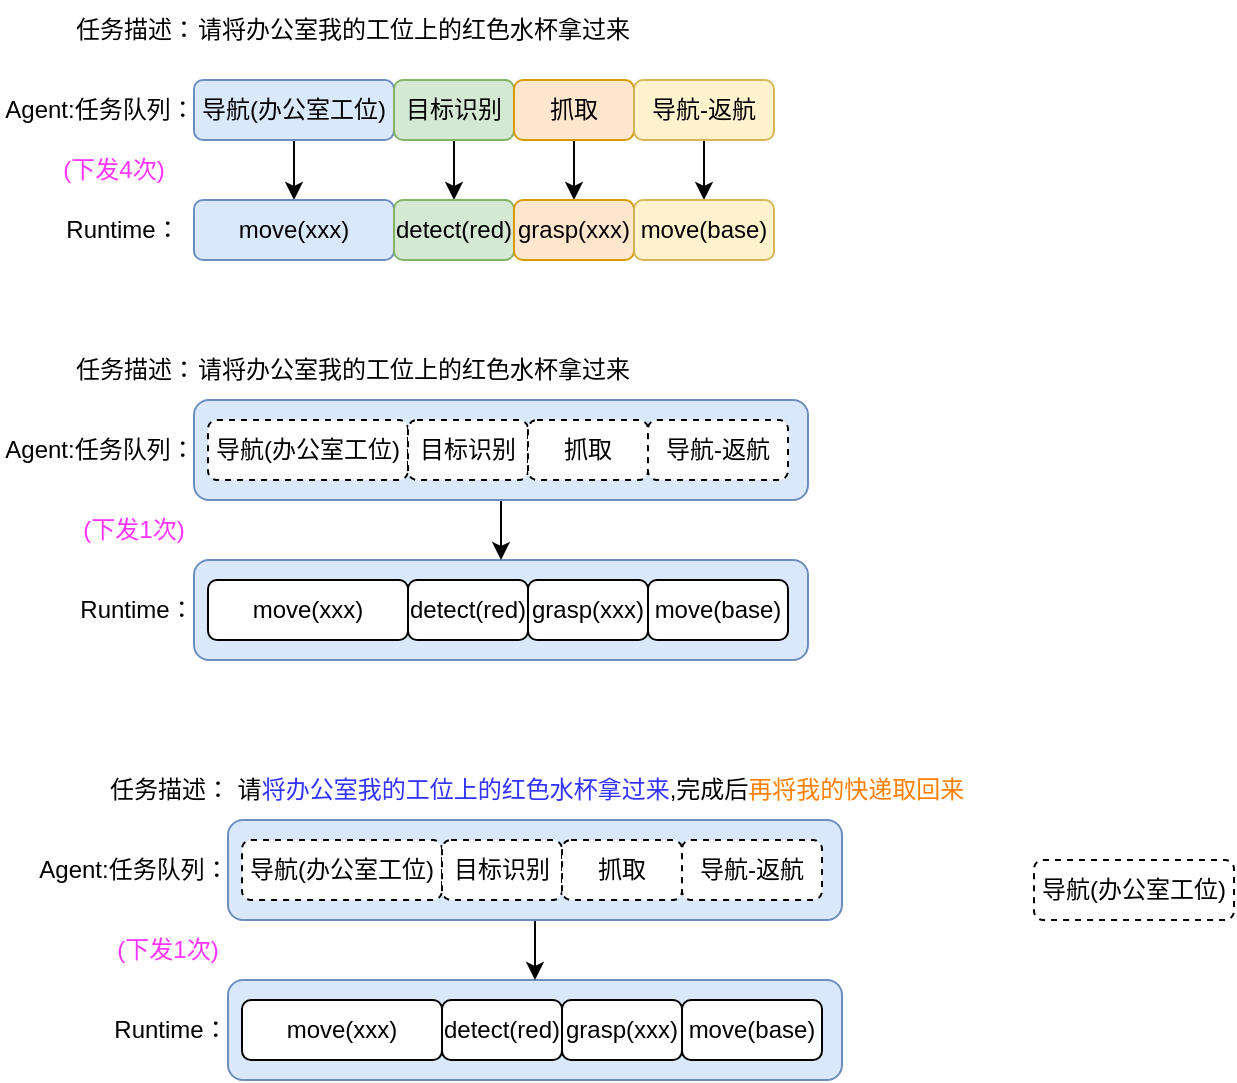
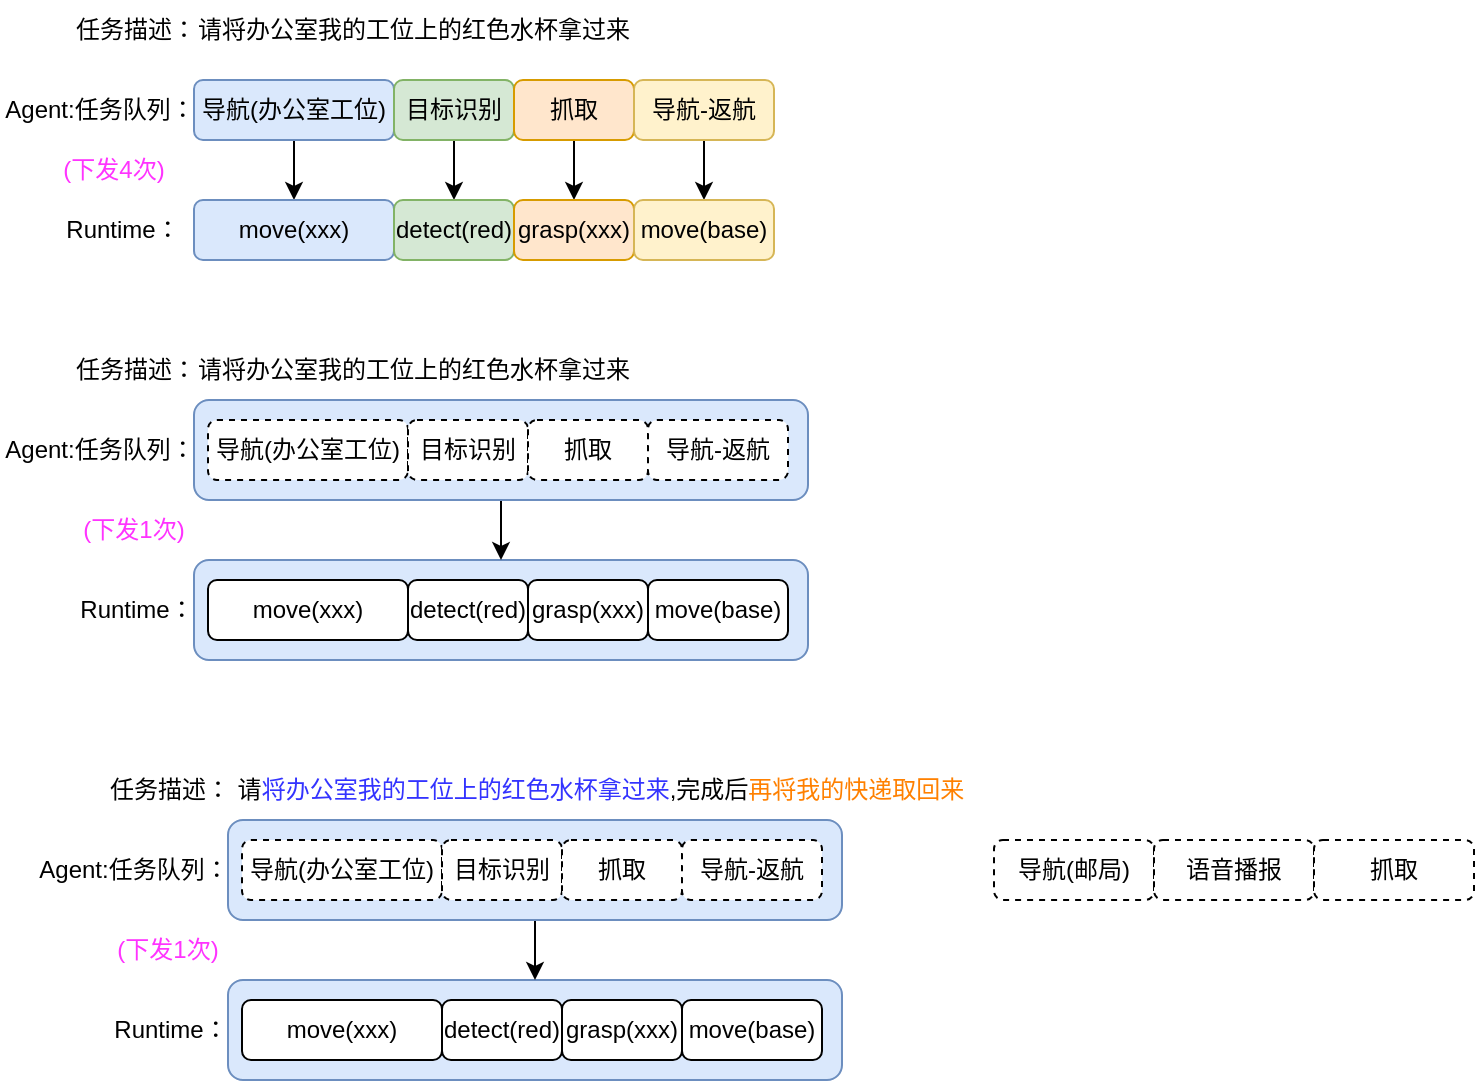
<mxfile host="app.diagrams.net">
  <diagram name="第 1 页" id="AqDmRzZVIJ-5uyctXJOA">
    <mxGraphModel dx="957" dy="525" grid="1" gridSize="10" guides="1" tooltips="1" connect="1" arrows="1" fold="1" page="1" pageScale="1" pageWidth="2339" pageHeight="3300" math="0" shadow="0">
      <root>
        <mxCell id="0" />
        <mxCell id="1" parent="0" />
        <mxCell id="TX6EBbOIm9mCNyf-wsjQ-37" parent="1" style="rounded=1;whiteSpace=wrap;html=1;fillColor=#dae8fc;strokeColor=#6c8ebf;" value="" vertex="1">
          <mxGeometry height="50" width="307" x="120" y="610" as="geometry" />
        </mxCell>
        <mxCell id="TX6EBbOIm9mCNyf-wsjQ-38" edge="1" parent="1" source="TX6EBbOIm9mCNyf-wsjQ-36" style="edgeStyle=orthogonalEdgeStyle;rounded=0;orthogonalLoop=1;jettySize=auto;html=1;exitX=0.5;exitY=1;exitDx=0;exitDy=0;entryX=0.5;entryY=0;entryDx=0;entryDy=0;" target="TX6EBbOIm9mCNyf-wsjQ-37">
          <mxGeometry relative="1" as="geometry" />
        </mxCell>
        <mxCell id="TX6EBbOIm9mCNyf-wsjQ-36" parent="1" style="rounded=1;whiteSpace=wrap;html=1;fillColor=#dae8fc;strokeColor=#6c8ebf;" value="" vertex="1">
          <mxGeometry height="50" width="307" x="120" y="530" as="geometry" />
        </mxCell>
        <mxCell id="TX6EBbOIm9mCNyf-wsjQ-15" edge="1" parent="1" source="TX6EBbOIm9mCNyf-wsjQ-1" style="edgeStyle=orthogonalEdgeStyle;rounded=0;orthogonalLoop=1;jettySize=auto;html=1;exitX=0.5;exitY=1;exitDx=0;exitDy=0;entryX=0.5;entryY=0;entryDx=0;entryDy=0;" target="TX6EBbOIm9mCNyf-wsjQ-11">
          <mxGeometry relative="1" as="geometry" />
        </mxCell>
        <mxCell id="TX6EBbOIm9mCNyf-wsjQ-1" parent="1" style="rounded=1;whiteSpace=wrap;html=1;fillColor=#dae8fc;strokeColor=#6c8ebf;" value="导航(办公室工位)" vertex="1">
          <mxGeometry height="30" width="100" x="120" y="370" as="geometry" />
        </mxCell>
        <mxCell id="TX6EBbOIm9mCNyf-wsjQ-2" parent="1" style="text;html=1;whiteSpace=wrap;strokeColor=none;fillColor=none;align=center;verticalAlign=middle;rounded=0;" value="Agent:任务队列：" vertex="1">
          <mxGeometry height="30" width="100" x="23" y="370" as="geometry" />
        </mxCell>
        <mxCell id="TX6EBbOIm9mCNyf-wsjQ-3" parent="1" style="text;html=1;whiteSpace=wrap;strokeColor=none;fillColor=none;align=center;verticalAlign=middle;rounded=0;" value="任务描述：" vertex="1">
          <mxGeometry height="30" width="70" x="56" y="330" as="geometry" />
        </mxCell>
        <mxCell id="TX6EBbOIm9mCNyf-wsjQ-4" parent="1" style="text;html=1;whiteSpace=wrap;strokeColor=none;fillColor=none;align=center;verticalAlign=middle;rounded=0;" value="请将办公室我的工位上的红色水杯拿过来" vertex="1">
          <mxGeometry height="30" width="220" x="120" y="330" as="geometry" />
        </mxCell>
        <mxCell id="TX6EBbOIm9mCNyf-wsjQ-16" edge="1" parent="1" source="TX6EBbOIm9mCNyf-wsjQ-5" style="edgeStyle=orthogonalEdgeStyle;rounded=0;orthogonalLoop=1;jettySize=auto;html=1;exitX=0.5;exitY=1;exitDx=0;exitDy=0;entryX=0.5;entryY=0;entryDx=0;entryDy=0;" target="TX6EBbOIm9mCNyf-wsjQ-12">
          <mxGeometry relative="1" as="geometry" />
        </mxCell>
        <mxCell id="TX6EBbOIm9mCNyf-wsjQ-5" parent="1" style="rounded=1;whiteSpace=wrap;html=1;fillColor=#d5e8d4;strokeColor=#82b366;" value="目标识别" vertex="1">
          <mxGeometry height="30" width="60" x="220" y="370" as="geometry" />
        </mxCell>
        <mxCell id="TX6EBbOIm9mCNyf-wsjQ-17" edge="1" parent="1" source="TX6EBbOIm9mCNyf-wsjQ-6" style="edgeStyle=orthogonalEdgeStyle;rounded=0;orthogonalLoop=1;jettySize=auto;html=1;exitX=0.5;exitY=1;exitDx=0;exitDy=0;entryX=0.5;entryY=0;entryDx=0;entryDy=0;" target="TX6EBbOIm9mCNyf-wsjQ-13">
          <mxGeometry relative="1" as="geometry" />
        </mxCell>
        <mxCell id="TX6EBbOIm9mCNyf-wsjQ-6" parent="1" style="rounded=1;whiteSpace=wrap;html=1;fillColor=#ffe6cc;strokeColor=#d79b00;" value="抓取" vertex="1">
          <mxGeometry height="30" width="60" x="280" y="370" as="geometry" />
        </mxCell>
        <mxCell id="TX6EBbOIm9mCNyf-wsjQ-18" edge="1" parent="1" source="TX6EBbOIm9mCNyf-wsjQ-7" style="edgeStyle=orthogonalEdgeStyle;rounded=0;orthogonalLoop=1;jettySize=auto;html=1;exitX=0.5;exitY=1;exitDx=0;exitDy=0;entryX=0.5;entryY=0;entryDx=0;entryDy=0;" target="TX6EBbOIm9mCNyf-wsjQ-14">
          <mxGeometry relative="1" as="geometry" />
        </mxCell>
        <mxCell id="TX6EBbOIm9mCNyf-wsjQ-7" parent="1" style="rounded=1;whiteSpace=wrap;html=1;fillColor=#fff2cc;strokeColor=#d6b656;" value="导航-返航" vertex="1">
          <mxGeometry height="30" width="70" x="340" y="370" as="geometry" />
        </mxCell>
        <mxCell id="TX6EBbOIm9mCNyf-wsjQ-8" parent="1" style="text;html=1;whiteSpace=wrap;strokeColor=none;fillColor=none;align=center;verticalAlign=middle;rounded=0;" value="Runtime：" vertex="1">
          <mxGeometry height="30" width="57" x="56" y="430" as="geometry" />
        </mxCell>
        <mxCell id="TX6EBbOIm9mCNyf-wsjQ-11" parent="1" style="rounded=1;whiteSpace=wrap;html=1;fillColor=#dae8fc;strokeColor=#6c8ebf;" value="move(xxx)" vertex="1">
          <mxGeometry height="30" width="100" x="120" y="430" as="geometry" />
        </mxCell>
        <mxCell id="TX6EBbOIm9mCNyf-wsjQ-12" parent="1" style="rounded=1;whiteSpace=wrap;html=1;fillColor=#d5e8d4;strokeColor=#82b366;" value="detect(red)" vertex="1">
          <mxGeometry height="30" width="60" x="220" y="430" as="geometry" />
        </mxCell>
        <mxCell id="TX6EBbOIm9mCNyf-wsjQ-13" parent="1" style="rounded=1;whiteSpace=wrap;html=1;fillColor=#ffe6cc;strokeColor=#d79b00;" value="grasp(xxx)" vertex="1">
          <mxGeometry height="30" width="60" x="280" y="430" as="geometry" />
        </mxCell>
        <mxCell id="TX6EBbOIm9mCNyf-wsjQ-14" parent="1" style="rounded=1;whiteSpace=wrap;html=1;fillColor=#fff2cc;strokeColor=#d6b656;" value="move(base)" vertex="1">
          <mxGeometry height="30" width="70" x="340" y="430" as="geometry" />
        </mxCell>
        <mxCell id="TX6EBbOIm9mCNyf-wsjQ-19" parent="1" style="text;html=1;whiteSpace=wrap;strokeColor=none;fillColor=none;align=center;verticalAlign=middle;rounded=0;" value="请将办公室我的工位上的红色水杯拿过来" vertex="1">
          <mxGeometry height="30" width="220" x="120" y="500" as="geometry" />
        </mxCell>
        <mxCell id="TX6EBbOIm9mCNyf-wsjQ-20" parent="1" style="text;html=1;whiteSpace=wrap;strokeColor=none;fillColor=none;align=center;verticalAlign=middle;rounded=0;" value="任务描述：" vertex="1">
          <mxGeometry height="30" width="70" x="56" y="500" as="geometry" />
        </mxCell>
        <mxCell id="TX6EBbOIm9mCNyf-wsjQ-22" parent="1" style="rounded=1;whiteSpace=wrap;html=1;dashed=1;" value="导航(办公室工位)" vertex="1">
          <mxGeometry height="30" width="100" x="127" y="540" as="geometry" />
        </mxCell>
        <mxCell id="TX6EBbOIm9mCNyf-wsjQ-23" parent="1" style="text;html=1;whiteSpace=wrap;strokeColor=none;fillColor=none;align=center;verticalAlign=middle;rounded=0;" value="Agent:任务队列：" vertex="1">
          <mxGeometry height="30" width="100" x="23" y="540" as="geometry" />
        </mxCell>
        <mxCell id="TX6EBbOIm9mCNyf-wsjQ-25" parent="1" style="rounded=1;whiteSpace=wrap;html=1;dashed=1;" value="目标识别" vertex="1">
          <mxGeometry height="30" width="60" x="227" y="540" as="geometry" />
        </mxCell>
        <mxCell id="TX6EBbOIm9mCNyf-wsjQ-27" parent="1" style="rounded=1;whiteSpace=wrap;html=1;dashed=1;" value="抓取" vertex="1">
          <mxGeometry height="30" width="60" x="287" y="540" as="geometry" />
        </mxCell>
        <mxCell id="TX6EBbOIm9mCNyf-wsjQ-29" parent="1" style="rounded=1;whiteSpace=wrap;html=1;dashed=1;" value="导航-返航" vertex="1">
          <mxGeometry height="30" width="70" x="347" y="540" as="geometry" />
        </mxCell>
        <mxCell id="TX6EBbOIm9mCNyf-wsjQ-30" parent="1" style="text;html=1;whiteSpace=wrap;strokeColor=none;fillColor=none;align=center;verticalAlign=middle;rounded=0;" value="Runtime：" vertex="1">
          <mxGeometry height="30" width="57" x="62.5" y="620" as="geometry" />
        </mxCell>
        <mxCell id="TX6EBbOIm9mCNyf-wsjQ-31" parent="1" style="rounded=1;whiteSpace=wrap;html=1;" value="move(xxx)" vertex="1">
          <mxGeometry height="30" width="100" x="127" y="620" as="geometry" />
        </mxCell>
        <mxCell id="TX6EBbOIm9mCNyf-wsjQ-32" parent="1" style="rounded=1;whiteSpace=wrap;html=1;" value="detect(red)" vertex="1">
          <mxGeometry height="30" width="60" x="227" y="620" as="geometry" />
        </mxCell>
        <mxCell id="TX6EBbOIm9mCNyf-wsjQ-33" parent="1" style="rounded=1;whiteSpace=wrap;html=1;" value="grasp(xxx)" vertex="1">
          <mxGeometry height="30" width="60" x="287" y="620" as="geometry" />
        </mxCell>
        <mxCell id="TX6EBbOIm9mCNyf-wsjQ-34" parent="1" style="rounded=1;whiteSpace=wrap;html=1;" value="move(base)" vertex="1">
          <mxGeometry height="30" width="70" x="347" y="620" as="geometry" />
        </mxCell>
        <mxCell id="TX6EBbOIm9mCNyf-wsjQ-35" parent="1" style="text;html=1;whiteSpace=wrap;strokeColor=none;fillColor=none;align=center;verticalAlign=middle;rounded=0;fontColor=#FF33FF;" value="(下发4次)" vertex="1">
          <mxGeometry height="30" width="60" x="50" y="400" as="geometry" />
        </mxCell>
        <mxCell id="TX6EBbOIm9mCNyf-wsjQ-39" parent="1" style="text;html=1;whiteSpace=wrap;strokeColor=none;fillColor=none;align=center;verticalAlign=middle;rounded=0;fontColor=#FF33FF;" value="(下发1次)" vertex="1">
          <mxGeometry height="30" width="60" x="59.5" y="580" as="geometry" />
        </mxCell>
        <mxCell id="TX6EBbOIm9mCNyf-wsjQ-40" parent="1" style="rounded=1;whiteSpace=wrap;html=1;fillColor=#dae8fc;strokeColor=#6c8ebf;" value="" vertex="1">
          <mxGeometry height="50" width="307" x="137" y="820" as="geometry" />
        </mxCell>
        <mxCell id="TX6EBbOIm9mCNyf-wsjQ-41" edge="1" parent="1" source="TX6EBbOIm9mCNyf-wsjQ-42" style="edgeStyle=orthogonalEdgeStyle;rounded=0;orthogonalLoop=1;jettySize=auto;html=1;exitX=0.5;exitY=1;exitDx=0;exitDy=0;entryX=0.5;entryY=0;entryDx=0;entryDy=0;" target="TX6EBbOIm9mCNyf-wsjQ-40">
          <mxGeometry relative="1" as="geometry" />
        </mxCell>
        <mxCell id="TX6EBbOIm9mCNyf-wsjQ-42" parent="1" style="rounded=1;whiteSpace=wrap;html=1;fillColor=#dae8fc;strokeColor=#6c8ebf;" value="" vertex="1">
          <mxGeometry height="50" width="307" x="137" y="740" as="geometry" />
        </mxCell>
        <mxCell id="TX6EBbOIm9mCNyf-wsjQ-43" parent="1" style="text;html=1;whiteSpace=wrap;strokeColor=none;fillColor=none;align=center;verticalAlign=middle;rounded=0;" value="请&lt;font style=&quot;color: rgb(51, 51, 255);&quot;&gt;将办公室我的工位上的红色水杯拿过来&lt;/font&gt;,完成后&lt;font style=&quot;color: rgb(255, 128, 0);&quot;&gt;再将我的快递取回来&lt;/font&gt;" vertex="1">
          <mxGeometry height="30" width="373" x="137" y="710" as="geometry" />
        </mxCell>
        <mxCell id="TX6EBbOIm9mCNyf-wsjQ-44" parent="1" style="text;html=1;whiteSpace=wrap;strokeColor=none;fillColor=none;align=center;verticalAlign=middle;rounded=0;" value="任务描述：" vertex="1">
          <mxGeometry height="30" width="70" x="73" y="710" as="geometry" />
        </mxCell>
        <mxCell id="TX6EBbOIm9mCNyf-wsjQ-45" parent="1" style="rounded=1;whiteSpace=wrap;html=1;dashed=1;" value="导航(办公室工位)" vertex="1">
          <mxGeometry height="30" width="100" x="144" y="750" as="geometry" />
        </mxCell>
        <mxCell id="TX6EBbOIm9mCNyf-wsjQ-46" parent="1" style="text;html=1;whiteSpace=wrap;strokeColor=none;fillColor=none;align=center;verticalAlign=middle;rounded=0;" value="Agent:任务队列：" vertex="1">
          <mxGeometry height="30" width="100" x="40" y="750" as="geometry" />
        </mxCell>
        <mxCell id="TX6EBbOIm9mCNyf-wsjQ-47" parent="1" style="rounded=1;whiteSpace=wrap;html=1;dashed=1;" value="目标识别" vertex="1">
          <mxGeometry height="30" width="60" x="244" y="750" as="geometry" />
        </mxCell>
        <mxCell id="TX6EBbOIm9mCNyf-wsjQ-48" parent="1" style="rounded=1;whiteSpace=wrap;html=1;dashed=1;" value="抓取" vertex="1">
          <mxGeometry height="30" width="60" x="304" y="750" as="geometry" />
        </mxCell>
        <mxCell id="TX6EBbOIm9mCNyf-wsjQ-49" parent="1" style="rounded=1;whiteSpace=wrap;html=1;dashed=1;" value="导航-返航" vertex="1">
          <mxGeometry height="30" width="70" x="364" y="750" as="geometry" />
        </mxCell>
        <mxCell id="TX6EBbOIm9mCNyf-wsjQ-50" parent="1" style="text;html=1;whiteSpace=wrap;strokeColor=none;fillColor=none;align=center;verticalAlign=middle;rounded=0;" value="Runtime：" vertex="1">
          <mxGeometry height="30" width="57" x="79.5" y="830" as="geometry" />
        </mxCell>
        <mxCell id="TX6EBbOIm9mCNyf-wsjQ-51" parent="1" style="rounded=1;whiteSpace=wrap;html=1;" value="move(xxx)" vertex="1">
          <mxGeometry height="30" width="100" x="144" y="830" as="geometry" />
        </mxCell>
        <mxCell id="TX6EBbOIm9mCNyf-wsjQ-52" parent="1" style="rounded=1;whiteSpace=wrap;html=1;" value="detect(red)" vertex="1">
          <mxGeometry height="30" width="60" x="244" y="830" as="geometry" />
        </mxCell>
        <mxCell id="TX6EBbOIm9mCNyf-wsjQ-53" parent="1" style="rounded=1;whiteSpace=wrap;html=1;" value="grasp(xxx)" vertex="1">
          <mxGeometry height="30" width="60" x="304" y="830" as="geometry" />
        </mxCell>
        <mxCell id="TX6EBbOIm9mCNyf-wsjQ-54" parent="1" style="rounded=1;whiteSpace=wrap;html=1;" value="move(base)" vertex="1">
          <mxGeometry height="30" width="70" x="364" y="830" as="geometry" />
        </mxCell>
        <mxCell id="TX6EBbOIm9mCNyf-wsjQ-55" parent="1" style="text;html=1;whiteSpace=wrap;strokeColor=none;fillColor=none;align=center;verticalAlign=middle;rounded=0;fontColor=#FF33FF;" value="(下发1次)" vertex="1">
          <mxGeometry height="30" width="60" x="76.5" y="790" as="geometry" />
        </mxCell>
-         <mxCell id="TX6EBbOIm9mCNyf-wsjQ-56" parent="1" style="rounded=1;whiteSpace=wrap;html=1;dashed=1;" value="导航(办公室工位)" vertex="1">
-           <mxGeometry height="30" width="100" x="540" y="760" as="geometry" />
+         <mxCell id="TX6EBbOIm9mCNyf-wsjQ-56" parent="1" style="rounded=1;whiteSpace=wrap;html=1;dashed=1;" value="导航(邮局)" vertex="1">
+           <mxGeometry height="30" width="80" x="520" y="750" as="geometry" />
+         </mxCell>
+         <mxCell id="TX6EBbOIm9mCNyf-wsjQ-60" parent="1" style="rounded=1;whiteSpace=wrap;html=1;dashed=1;" value="语音播报" vertex="1">
+           <mxGeometry height="30" width="80" x="600" y="750" as="geometry" />
+         </mxCell>
+         <mxCell id="TX6EBbOIm9mCNyf-wsjQ-61" parent="1" style="rounded=1;whiteSpace=wrap;html=1;dashed=1;" value="抓取" vertex="1">
+           <mxGeometry height="30" width="80" x="680" y="750" as="geometry" />
        </mxCell>
      </root>
    </mxGraphModel>
  </diagram>
</mxfile>
